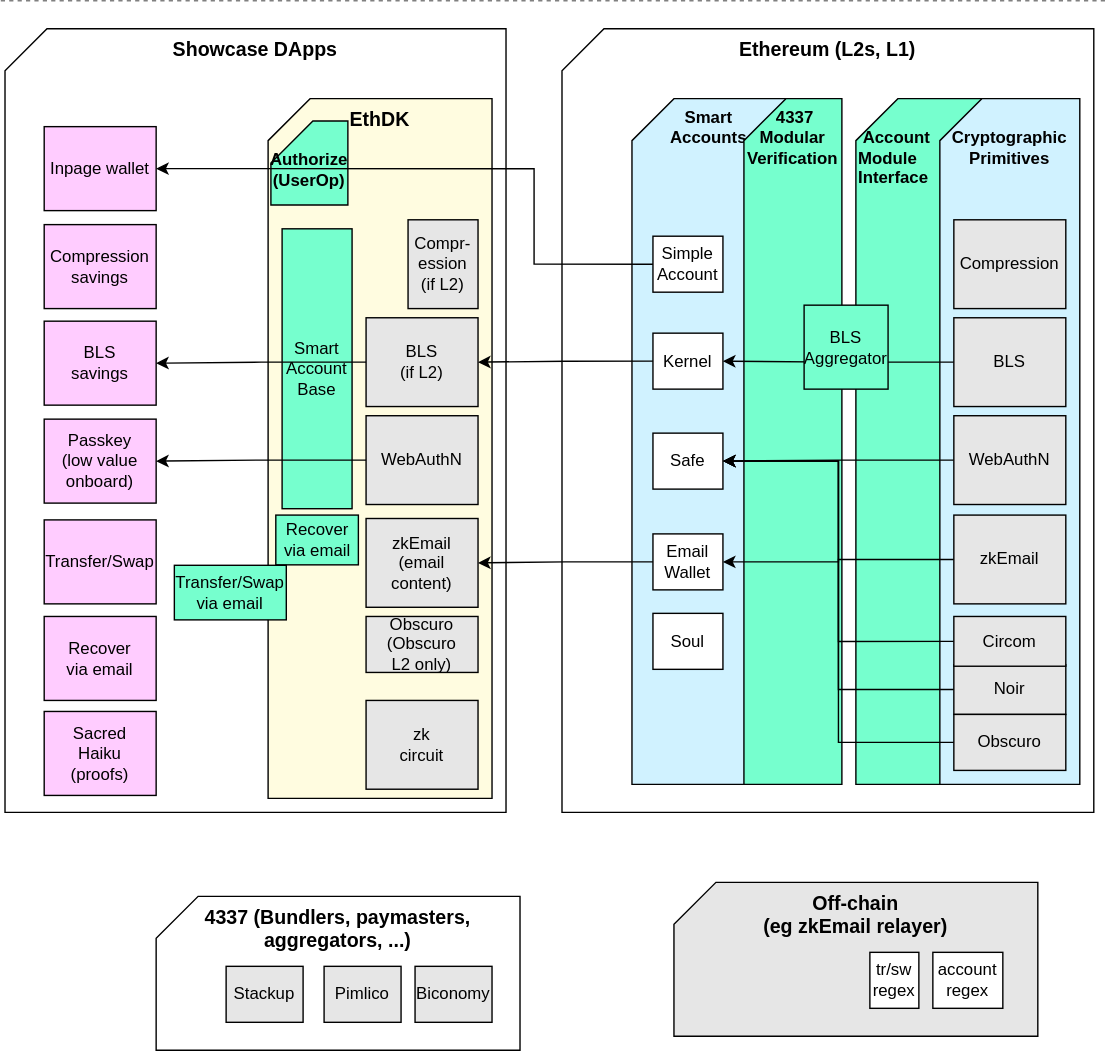
Before: docs/images/wax-composition.svg, a diagram exported from draw.io (getwax/wax). Source tidied: cells renumbered, new cells last; positions are measured from the earlier drawing's top-left corner, leaving out a move shared by most shapes.
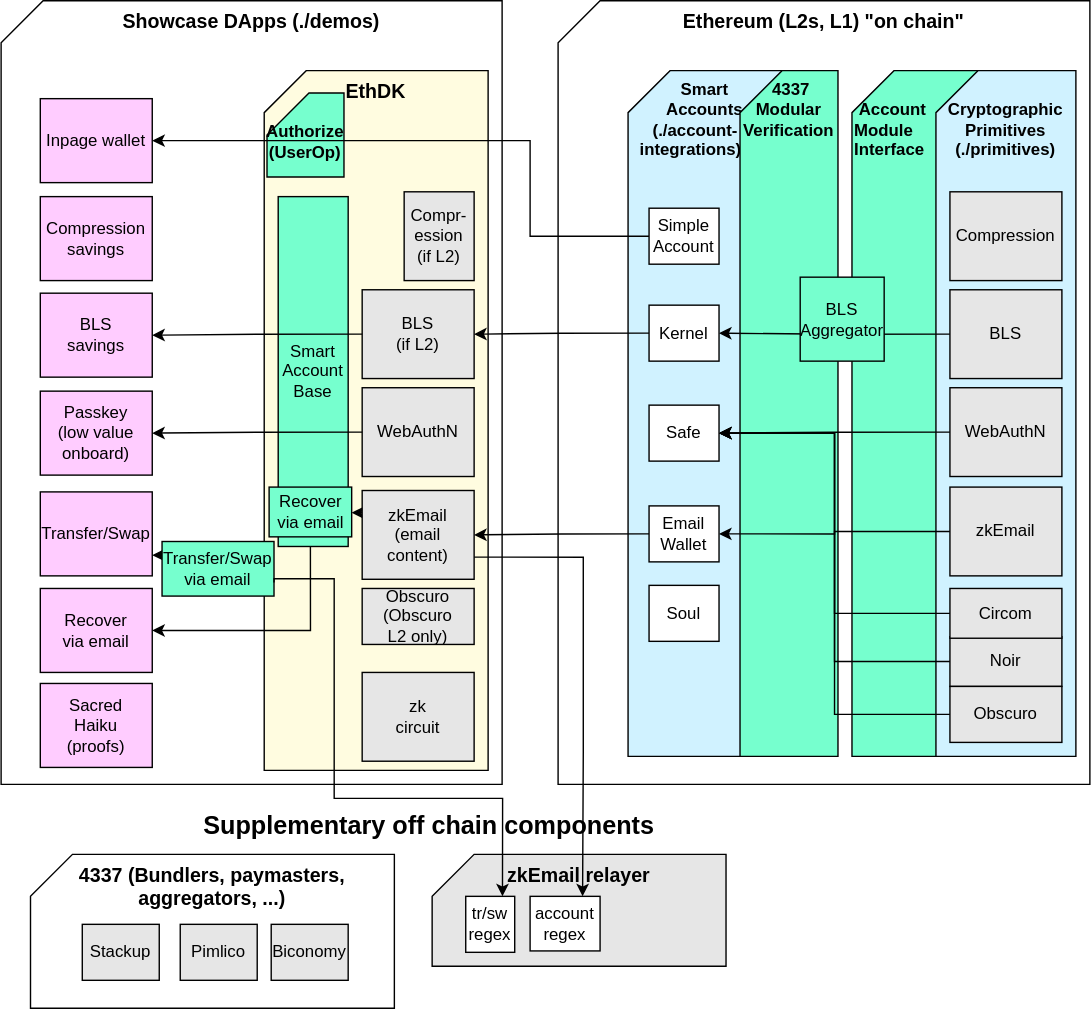
The same file after the commit.

Commit message:
Update readme+diagram, stub new dirs

What changed in the source:
```diff
@@ -2,7 +2,7 @@
   <root>
     <mxCell id="0" />
     <mxCell id="1" parent="0" />
-    <mxCell id="2" value="&lt;span style=&quot;font-size: 14px;&quot;&gt;&lt;b&gt;Showcase DApps&lt;/b&gt;&lt;/span&gt;" style="shape=card;whiteSpace=wrap;html=1;fillColor=#FFFFFF;align=center;verticalAlign=top;" parent="1" vertex="1">
+    <mxCell id="2" value="&lt;span style=&quot;font-size: 14px;&quot;&gt;&lt;b&gt;Showcase DApps (./demos)&lt;/b&gt;&lt;/span&gt;" style="shape=card;whiteSpace=wrap;html=1;fillColor=#FFFFFF;align=center;verticalAlign=top;" parent="1" vertex="1">
       <mxGeometry x="3" y="20" width="358" height="560" as="geometry" />
     </mxCell>
     <mxCell id="3" value="&lt;span style=&quot;font-size: 14px;&quot;&gt;&lt;b&gt;EthDK&lt;/b&gt;&lt;/span&gt;" style="shape=card;whiteSpace=wrap;html=1;fillColor=#FFFCE0;align=center;verticalAlign=top;" parent="1" vertex="1">
@@ -11,15 +11,9 @@
     <mxCell id="4" value="&lt;span style=&quot;font-weight: 700;&quot;&gt;&lt;br&gt;Authorize&lt;br&gt;(UserOp)&lt;br&gt;&lt;/span&gt;" style="shape=card;whiteSpace=wrap;html=1;fillColor=#76FFCE;align=center;verticalAlign=top;" parent="1" vertex="1">
       <mxGeometry x="193" y="86" width="55" height="60" as="geometry" />
     </mxCell>
-    <mxCell id="5" value="&lt;span style=&quot;font-size: 14px;&quot;&gt;&lt;b&gt;Ethereum (L2s, L1)&lt;/b&gt;&lt;/span&gt;" style="shape=card;whiteSpace=wrap;html=1;fillColor=#FFFFFF;align=center;verticalAlign=top;" parent="1" vertex="1">
+    <mxCell id="5" value="&lt;span style=&quot;font-size: 14px;&quot;&gt;&lt;b&gt;Ethereum (L2s, L1) &quot;on chain&quot;&lt;/b&gt;&lt;/span&gt;" style="shape=card;whiteSpace=wrap;html=1;fillColor=#FFFFFF;align=center;verticalAlign=top;" parent="1" vertex="1">
       <mxGeometry x="401" y="20" width="380" height="560" as="geometry" />
     </mxCell>
-    <mxCell id="6" style="endArrow=none;dashed=1;html=1;rounded=0;fontSize=14;strokeColor=#808080;fontStyle=1;" parent="1" edge="1">
-      <mxGeometry relative="1" as="geometry">
-        <mxPoint as="sourcePoint" />
-        <mxPoint x="790" as="targetPoint" />
-      </mxGeometry>
-    </mxCell>
     <mxCell id="7" value="Inpage wallet" style="rounded=0;whiteSpace=wrap;html=1;fillColor=#FFCCFF;" parent="1" vertex="1">
       <mxGeometry x="31" y="90" width="80" height="60" as="geometry" />
     </mxCell>
@@ -44,6 +38,9 @@
     <mxCell id="14" value="WebAuthN" style="rounded=0;whiteSpace=wrap;html=1;fillColor=#E6E6E6;" parent="1" vertex="1">
       <mxGeometry x="261" y="296.6" width="80" height="63.4" as="geometry" />
     </mxCell>
+    <mxCell id="58" style="edgeStyle=orthogonalEdgeStyle;rounded=0;jettySize=auto;html=1;exitX=0;exitY=0.25;exitDx=0;exitDy=0;entryX=1;entryY=0.5;entryDx=0;entryDy=0;" parent="1" edge="1" source="15" target="31">
+      <mxGeometry relative="1" as="geometry" />
+    </mxCell>
     <mxCell id="15" value="zkEmail&lt;br&gt;(email content)" style="rounded=0;whiteSpace=wrap;html=1;fillColor=#E6E6E6;" parent="1" vertex="1">
       <mxGeometry x="261" y="370" width="80" height="63.4" as="geometry" />
     </mxCell>
@@ -53,10 +50,10 @@
     <mxCell id="17" value="&lt;span style=&quot;font-weight: 700;&quot;&gt;&lt;br&gt;&amp;nbsp;Account&lt;br&gt;Module&lt;br&gt;Interface&lt;br&gt;&lt;/span&gt;" style="shape=card;whiteSpace=wrap;html=1;fillColor=#76FFCE;align=left;verticalAlign=top;" parent="1" vertex="1">
       <mxGeometry x="611" y="70" width="90" height="490" as="geometry" />
     </mxCell>
-    <mxCell id="18" value="&lt;span style=&quot;font-weight: 700;&quot;&gt;&lt;br&gt;Cryptographic Primitives&lt;br&gt;&lt;/span&gt;" style="shape=card;whiteSpace=wrap;html=1;fillColor=#D0F2FF;align=center;verticalAlign=top;" parent="1" vertex="1">
+    <mxCell id="18" value="&lt;span style=&quot;font-weight: 700;&quot;&gt;&lt;br&gt;Cryptographic Primitives&lt;br&gt;(./primitives)&lt;br&gt;&lt;/span&gt;" style="shape=card;whiteSpace=wrap;html=1;fillColor=#D0F2FF;align=center;verticalAlign=top;" parent="1" vertex="1">
       <mxGeometry x="671" y="70" width="100" height="490" as="geometry" />
     </mxCell>
-    <mxCell id="19" value="&lt;span style=&quot;font-weight: 700;&quot;&gt;Smart&lt;br&gt;Accounts&lt;br&gt;&lt;/span&gt;" style="shape=card;whiteSpace=wrap;html=1;fillColor=#D0F2FF;align=center;verticalAlign=top;" parent="1" vertex="1">
+    <mxCell id="19" value="&lt;span style=&quot;font-weight: 700;&quot;&gt;Smart&lt;br&gt;Accounts&lt;br&gt;(./account-&amp;nbsp; &amp;nbsp;&amp;nbsp;&lt;br&gt;integrations)&amp;nbsp; &amp;nbsp; &amp;nbsp;&amp;nbsp;&lt;br&gt;&lt;/span&gt;" style="shape=card;whiteSpace=wrap;html=1;fillColor=#D0F2FF;align=center;verticalAlign=top;" parent="1" vertex="1">
       <mxGeometry x="451" y="70" width="110" height="490" as="geometry" />
     </mxCell>
     <mxCell id="20" value="&lt;span style=&quot;font-weight: 700;&quot;&gt;&amp;nbsp;4337&lt;br&gt;Modular&lt;br&gt;Verification&lt;br&gt;&lt;/span&gt;" style="shape=card;whiteSpace=wrap;html=1;fillColor=#76FFCE;align=center;verticalAlign=top;" parent="1" vertex="1">
@@ -97,14 +94,17 @@
     <mxCell id="30" value="Simple&lt;br&gt;Account" style="rounded=0;whiteSpace=wrap;html=1;fillColor=#FFFFFF;" parent="1" vertex="1">
       <mxGeometry x="466" y="168.3" width="50" height="40" as="geometry" />
     </mxCell>
-    <mxCell id="31" value="Recover&lt;br&gt;via email" style="rounded=0;whiteSpace=wrap;html=1;fillColor=#76FFCE;" parent="1" vertex="1">
-      <mxGeometry x="196.5" y="367.6" width="59" height="35.6" as="geometry" />
-    </mxCell>
+    <mxCell id="59" style="edgeStyle=orthogonalEdgeStyle;rounded=0;jettySize=auto;html=1;exitX=0.5;exitY=1;exitDx=0;exitDy=0;entryX=1;entryY=0.5;entryDx=0;entryDy=0;" parent="1" edge="1" source="31" target="12">
+      <mxGeometry relative="1" as="geometry" />
+    </mxCell>
+    <mxCell id="60" style="edgeStyle=orthogonalEdgeStyle;rounded=0;jettySize=auto;html=1;exitX=0;exitY=0.25;exitDx=0;exitDy=0;entryX=1;entryY=0.75;entryDx=0;entryDy=0;fontSize=18;" parent="1" edge="1" source="32" target="11">
+      <mxGeometry relative="1" as="geometry" />
+    </mxCell>
     <mxCell id="32" value="Transfer/Swap&lt;br&gt;via email" style="rounded=0;whiteSpace=wrap;html=1;fillColor=#76FFCE;" parent="1" vertex="1">
-      <mxGeometry x="124" y="403.4" width="80" height="39" as="geometry" />
+      <mxGeometry x="118" y="406.4" width="80" height="39" as="geometry" />
     </mxCell>
     <mxCell id="33" value="Smart&lt;br&gt;Account&lt;br&gt;Base" style="rounded=0;whiteSpace=wrap;html=1;fillColor=#76FFCE;" parent="1" vertex="1">
-      <mxGeometry x="201" y="163" width="50" height="200" as="geometry" />
+      <mxGeometry x="201" y="160" width="50" height="250" as="geometry" />
     </mxCell>
     <mxCell id="34" style="edgeStyle=orthogonalEdgeStyle;rounded=0;jettySize=auto;html=1;exitX=0;exitY=0.5;exitDx=0;exitDy=0;entryX=1;entryY=0.5;entryDx=0;entryDy=0;" parent="1" edge="1" source="35" target="15">
       <mxGeometry relative="1" as="geometry" />
@@ -118,14 +118,14 @@
     <mxCell id="37" value="zkEmail" style="rounded=0;whiteSpace=wrap;html=1;fillColor=#E6E6E6;" parent="1" vertex="1">
       <mxGeometry x="681" y="367.6" width="80" height="63.4" as="geometry" />
     </mxCell>
-    <mxCell id="38" value="&lt;span style=&quot;font-size: 14px;&quot;&gt;&lt;b&gt;Off-chain&lt;br&gt;(eg zkEmail relayer)&lt;br&gt;&lt;/b&gt;&lt;/span&gt;" style="shape=card;whiteSpace=wrap;html=1;fillColor=#E6E6E6;align=center;verticalAlign=top;" parent="1" vertex="1">
-      <mxGeometry x="481" y="630" width="260" height="110" as="geometry" />
+    <mxCell id="38" value="&lt;span style=&quot;font-size: 14px;&quot;&gt;&lt;b&gt;zkEmail relayer&lt;br&gt;&lt;/b&gt;&lt;/span&gt;" style="shape=card;whiteSpace=wrap;html=1;fillColor=#E6E6E6;align=center;verticalAlign=top;" parent="1" vertex="1">
+      <mxGeometry x="311" y="630" width="210" height="80" as="geometry" />
     </mxCell>
     <mxCell id="39" value="account&lt;br&gt;regex" style="rounded=0;whiteSpace=wrap;html=1;fillColor=#FFFFFF;" parent="1" vertex="1">
-      <mxGeometry x="666" y="680" width="50" height="40" as="geometry" />
+      <mxGeometry x="381" y="660" width="50" height="39" as="geometry" />
     </mxCell>
     <mxCell id="40" value="tr/sw&lt;br&gt;regex" style="rounded=0;whiteSpace=wrap;html=1;fillColor=#FFFFFF;" parent="1" vertex="1">
-      <mxGeometry x="621" y="680" width="35" height="40" as="geometry" />
+      <mxGeometry x="335" y="660" width="35" height="40" as="geometry" />
     </mxCell>
     <mxCell id="41" style="edgeStyle=orthogonalEdgeStyle;rounded=0;jettySize=auto;html=1;exitX=0;exitY=0.5;exitDx=0;exitDy=0;entryX=1;entryY=0.5;entryDx=0;entryDy=0;" parent="1" edge="1" source="42" target="27">
       <mxGeometry relative="1" as="geometry" />
@@ -155,13 +155,13 @@
       <mxGeometry x="261" y="440" width="80" height="40" as="geometry" />
     </mxCell>
     <mxCell id="50" value="&lt;span style=&quot;font-size: 14px;&quot;&gt;&lt;b&gt;4337 (Bundlers, paymasters, aggregators, ...)&lt;br&gt;&lt;/b&gt;&lt;/span&gt;" style="shape=card;whiteSpace=wrap;html=1;fillColor=#FFFFFF;align=center;verticalAlign=top;" parent="1" vertex="1">
-      <mxGeometry x="111" y="640" width="260" height="110" as="geometry" />
+      <mxGeometry x="24" y="630" width="260" height="110" as="geometry" />
     </mxCell>
     <mxCell id="51" value="Biconomy" style="rounded=0;whiteSpace=wrap;html=1;fillColor=#E6E6E6;" parent="1" vertex="1">
-      <mxGeometry x="296" y="690" width="55" height="40" as="geometry" />
+      <mxGeometry x="196" y="680" width="55" height="40" as="geometry" />
     </mxCell>
     <mxCell id="52" value="Pimlico" style="rounded=0;whiteSpace=wrap;html=1;fillColor=#E6E6E6;" parent="1" vertex="1">
-      <mxGeometry x="231" y="690" width="55" height="40" as="geometry" />
+      <mxGeometry x="131" y="680" width="55" height="40" as="geometry" />
     </mxCell>
     <mxCell id="53" value="BLS Aggregator" style="rounded=0;whiteSpace=wrap;html=1;fillColor=#76FFCE;" parent="1" vertex="1">
       <mxGeometry x="574" y="217.6" width="60" height="60" as="geometry" />
@@ -176,7 +176,30 @@
       <mxGeometry x="466" y="437.8" width="50" height="40" as="geometry" />
     </mxCell>
     <mxCell id="57" value="Stackup" style="rounded=0;whiteSpace=wrap;html=1;fillColor=#E6E6E6;" parent="1" vertex="1">
-      <mxGeometry x="161" y="690" width="55" height="40" as="geometry" />
+      <mxGeometry x="61" y="680" width="55" height="40" as="geometry" />
     </mxCell>
+    <mxCell id="61" style="edgeStyle=orthogonalEdgeStyle;rounded=0;jettySize=auto;html=1;exitX=1;exitY=0.75;exitDx=0;exitDy=0;entryX=0.75;entryY=0;entryDx=0;entryDy=0;" parent="1" edge="1" source="15" target="39">
+      <mxGeometry relative="1" as="geometry">
+        <Array as="points">
+          <mxPoint x="419" y="418" />
+          <mxPoint x="419" y="557" />
+        </Array>
+      </mxGeometry>
+    </mxCell>
+    <mxCell id="62" value="&lt;b&gt;&lt;font style=&quot;font-size: 18px;&quot;&gt;Supplementary off chain components&lt;/font&gt;&lt;/b&gt;" style="text;html=1;strokeColor=none;fillColor=none;align=center;verticalAlign=middle;whiteSpace=wrap;rounded=0;" parent="1" vertex="1">
+      <mxGeometry x="124" y="590" width="370" height="40" as="geometry" />
+    </mxCell>
+    <mxCell id="63" style="edgeStyle=orthogonalEdgeStyle;rounded=0;jettySize=auto;html=1;exitX=1;exitY=0.75;exitDx=0;exitDy=0;entryX=0.75;entryY=0;entryDx=0;entryDy=0;fontSize=18;" parent="1" edge="1" source="32" target="40">
+      <mxGeometry relative="1" as="geometry">
+        <Array as="points">
+          <mxPoint x="241" y="433" />
+          <mxPoint x="241" y="590" />
+          <mxPoint x="361" y="590" />
+        </Array>
+      </mxGeometry>
+    </mxCell>
+    <mxCell id="31" value="Recover&lt;br&gt;via email" style="rounded=0;whiteSpace=wrap;html=1;fillColor=#76FFCE;" parent="1" vertex="1">
+      <mxGeometry x="194.5" y="367.6" width="59" height="35.6" as="geometry" />
+    </mxCell>
   </root>
 </mxGraphModel>
```
